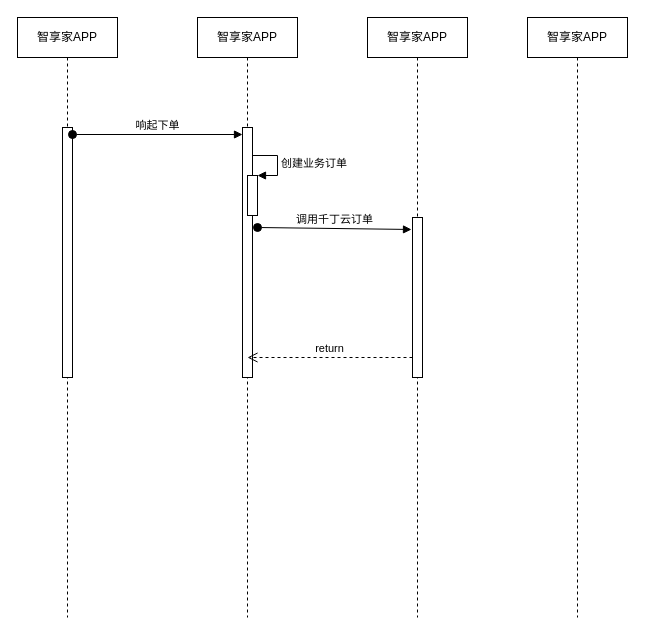
The draw.io diagram 未命名表单.drawio in baonaiming/ziyexf.github.io, before the edit. Source tidied: cells renumbered, new cells numbered last; positions are measured from the earlier drawing's top-left corner, leaving out a move shared by most shapes. Both pictures are drawn from the tidied source at 100%, with x=0, y=0 at pixel (17, 17).
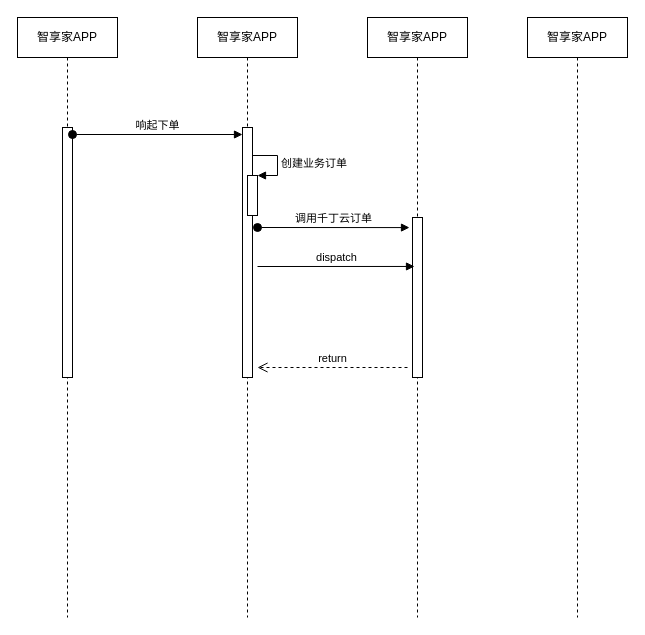
After the change.

Commit message (it also covers changes not shown here):
更新未命名表单.drawio

Unchanged cells that the change refers to:
```xml
<mxCell id="4" value="智享家APP" style="shape=umlLifeline;perimeter=lifelinePerimeter;whiteSpace=wrap;html=1;" parent="1" vertex="1">
  <mxGeometry x="180" width="100" height="600" as="geometry" />
</mxCell>
<mxCell id="5" style="html=1;points=[];perimeter=orthogonalPerimeter;" parent="4" vertex="1">
  <mxGeometry x="45" y="110" width="10" height="250" as="geometry" />
</mxCell>
<mxCell id="10" style="html=1;points=[];perimeter=orthogonalPerimeter;" parent="9" vertex="1">
  <mxGeometry x="45" y="200" width="10" height="160" as="geometry" />
</mxCell>
```

Diff of the diagram source:
```diff
@@
-    <mxCell id="8" value="调用千丁云订单" style="html=1;verticalAlign=bottom;startArrow=oval;startFill=1;endArrow=block;startSize=8;entryX=-0.1;entryY=0.075;entryDx=0;entryDy=0;entryPerimeter=0;" parent="4" edge="1" target="10">
+    <mxCell id="8" value="调用千丁云订单" style="html=1;verticalAlign=bottom;startArrow=oval;startFill=1;endArrow=block;startSize=8;entryX=-0.3;entryY=0.063;entryDx=0;entryDy=0;entryPerimeter=0;" parent="4" edge="1" target="10">
       <mxGeometry relative="1" as="geometry">
         <mxPoint x="60" y="210" as="sourcePoint" />
       </mxGeometry>
     </mxCell>
@@
-    <mxCell id="13" value="return" style="html=1;verticalAlign=bottom;endArrow=open;dashed=1;endSize=8;entryX=0.5;entryY=0.92;entryDx=0;entryDy=0;entryPerimeter=0;" parent="1" edge="1" target="5">
+    <mxCell id="13" value="return" style="html=1;verticalAlign=bottom;endArrow=open;dashed=1;endSize=8;" parent="1" edge="1">
       <mxGeometry relative="1" as="geometry">
-        <mxPoint x="395" y="340" as="sourcePoint" />
+        <mxPoint x="390" y="350" as="sourcePoint" />
+        <mxPoint x="240" y="350" as="targetPoint" />
       </mxGeometry>
     </mxCell>
+    <mxCell id="14" value="dispatch" style="html=1;verticalAlign=bottom;endArrow=block;entryX=0.2;entryY=0.306;entryDx=0;entryDy=0;entryPerimeter=0;" parent="1" edge="1" target="10">
+      <mxGeometry relative="1" as="geometry">
+        <mxPoint x="240" y="249" as="sourcePoint" />
+      </mxGeometry>
+    </mxCell>
```
